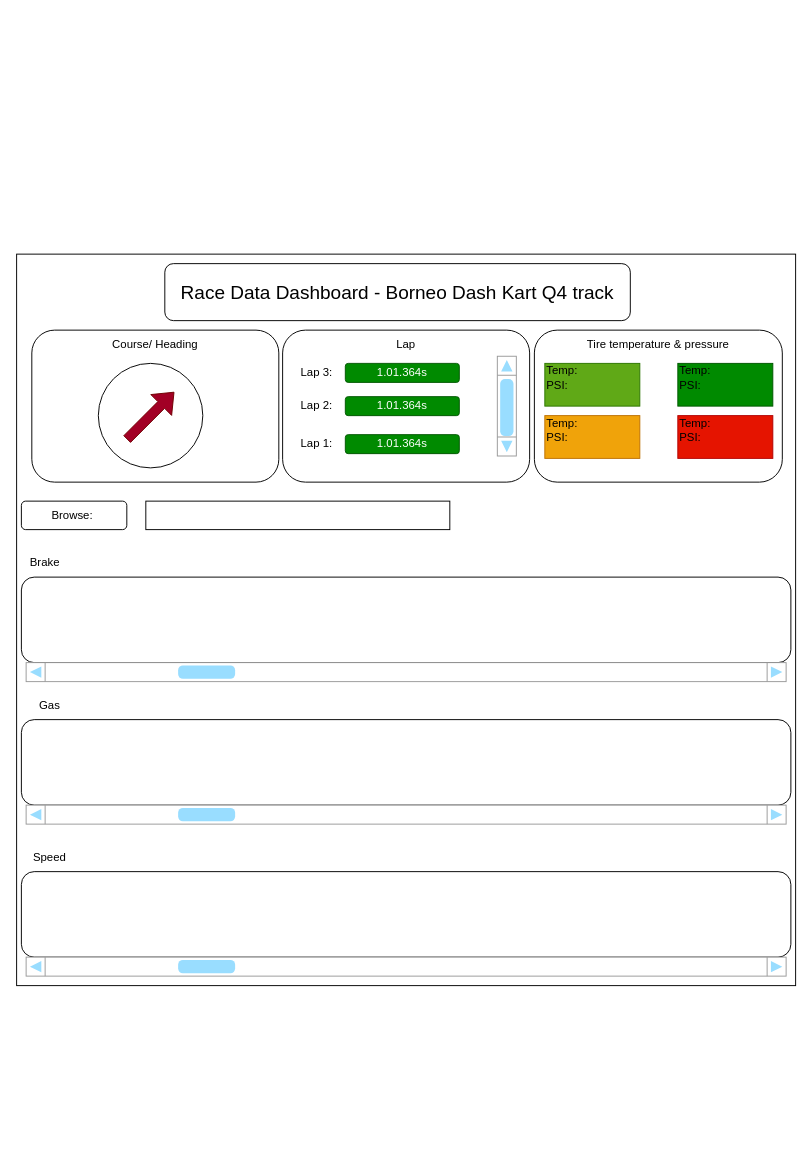
The draw.io diagram page "data analysis main page" (3 of 5) of pictures/WEB View dashboard.drawio in Yobeh-blek/FullSend_Logger, before the edit. Source tidied: cells renumbered, new cells numbered last; positions are measured from the earlier drawing's top-left corner, leaving out a move shared by most shapes. Both pictures are drawn from the tidied source at 95%, with x=0, y=0 at pixel (16, 254).
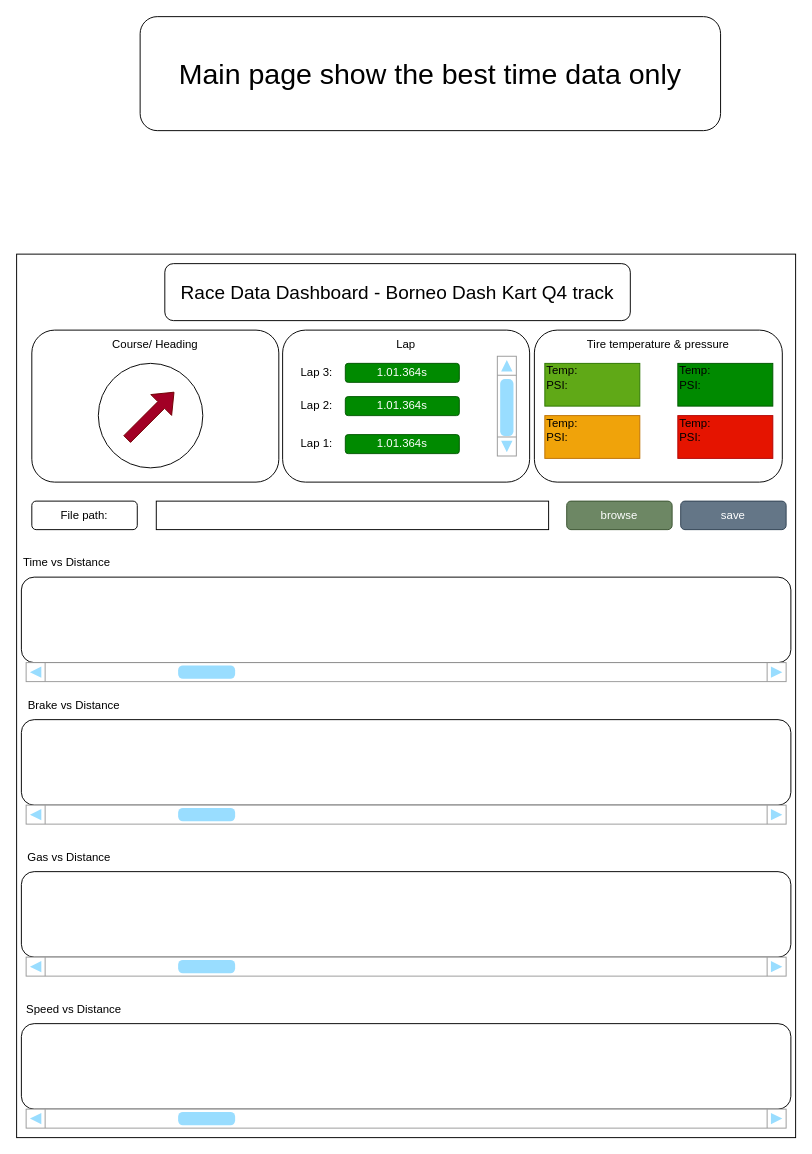
Above is the later version.

The edit, as a diff of the source:
```diff
@@
     <mxCell id="2" style="rounded=0;whiteSpace=wrap;html=1;" parent="1" vertex="1">
-      <mxGeometry width="820" height="770" as="geometry" />
+      <mxGeometry width="820" height="930" as="geometry" />
     </mxCell>
@@
-    <mxCell id="7" value="Speed" style="text;html=1;align=center;verticalAlign=middle;whiteSpace=wrap;rounded=0;" parent="1" vertex="1">
-      <mxGeometry x="5" y="620" width="60" height="30" as="geometry" />
+    <mxCell id="7" value="Gas vs Distance" style="text;html=1;align=center;verticalAlign=middle;whiteSpace=wrap;rounded=0;" parent="1" vertex="1">
+      <mxGeometry x="5" y="620" width="101" height="30" as="geometry" />
     </mxCell>
-    <mxCell id="8" value="Gas" style="text;html=1;align=center;verticalAlign=middle;whiteSpace=wrap;rounded=0;" parent="1" vertex="1">
-      <mxGeometry x="5" y="460" width="60" height="30" as="geometry" />
+    <mxCell id="8" value="Brake vs Distance" style="text;html=1;align=center;verticalAlign=middle;whiteSpace=wrap;rounded=0;" parent="1" vertex="1">
+      <mxGeometry x="5" y="460" width="111" height="30" as="geometry" />
     </mxCell>
-    <mxCell id="9" value="Brake" style="text;html=1;align=center;verticalAlign=middle;whiteSpace=wrap;rounded=0;" parent="1" vertex="1">
-      <mxGeometry y="310" width="60" height="30" as="geometry" />
+    <mxCell id="9" value="Time vs Distance" style="text;html=1;align=center;verticalAlign=middle;whiteSpace=wrap;rounded=0;" parent="1" vertex="1">
+      <mxGeometry y="310" width="106" height="30" as="geometry" />
     </mxCell>
-    <mxCell id="10" value="Browse:&amp;nbsp;" style="rounded=1;whiteSpace=wrap;html=1;" parent="1" vertex="1">
-      <mxGeometry x="5" y="260" width="111" height="30" as="geometry" />
+    <mxCell id="10" value="File path:" style="rounded=1;whiteSpace=wrap;html=1;" parent="1" vertex="1">
+      <mxGeometry x="16" y="260" width="111" height="30" as="geometry" />
     </mxCell>
     <mxCell id="11" style="rounded=0;whiteSpace=wrap;html=1;" parent="1" vertex="1">
-      <mxGeometry x="136" y="260" width="320" height="30" as="geometry" />
+      <mxGeometry x="147" y="260" width="413" height="30" as="geometry" />
     </mxCell>
@@
+    <mxCell id="38" style="rounded=1;whiteSpace=wrap;html=1;" parent="1" vertex="1">
+      <mxGeometry x="5" y="810" width="810" height="90" as="geometry" />
+    </mxCell>
+    <mxCell id="39" value="Speed vs Distance" style="text;html=1;align=center;verticalAlign=middle;whiteSpace=wrap;rounded=0;" parent="1" vertex="1">
+      <mxGeometry x="5" y="780" width="111" height="30" as="geometry" />
+    </mxCell>
+    <mxCell id="40" style="verticalLabelPosition=bottom;shadow=0;dashed=0;align=center;html=1;verticalAlign=top;strokeWidth=1;shape=mxgraph.mockup.navigation.scrollBar;strokeColor=#999999;barPos=20;fillColor2=#99ddff;strokeColor2=none;" parent="1" vertex="1">
+      <mxGeometry x="10" y="900" width="800" height="10" as="geometry" />
+    </mxCell>
+    <mxCell id="41" value="&lt;font style=&quot;font-size: 30px;&quot;&gt;Main page show the best time data only&lt;/font&gt;" style="rounded=1;whiteSpace=wrap;html=1;" parent="1" vertex="1">
+      <mxGeometry x="130" y="-250" width="611" height="120" as="geometry" />
+    </mxCell>
+    <mxCell id="42" value="browse" style="rounded=1;whiteSpace=wrap;html=1;fillColor=#6d8764;fontColor=#ffffff;strokeColor=#3A5431;" parent="1" vertex="1">
+      <mxGeometry x="579" y="260" width="111" height="30" as="geometry" />
+    </mxCell>
+    <mxCell id="43" value="save" style="rounded=1;whiteSpace=wrap;html=1;fillColor=#647687;strokeColor=#314354;fontColor=#ffffff;" parent="1" vertex="1">
+      <mxGeometry x="699" y="260" width="111" height="30" as="geometry" />
+    </mxCell>
```
